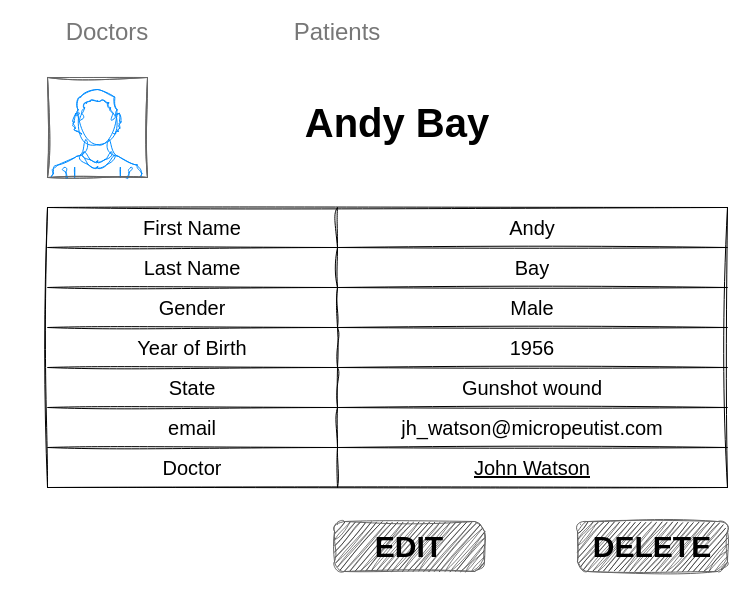
Earlier version of the draw.io diagram page "Patient" (5 of 6) of documentation/micropeutist drawio.drawio (DmytroY/EPAM_Flask). Source tidied: cells renumbered, new cells numbered last; positions are measured from the earlier drawing's top-left corner, leaving out a move shared by most shapes. Both pictures are drawn from the tidied source at 100%, with x=0, y=0 at pixel (17, 17).
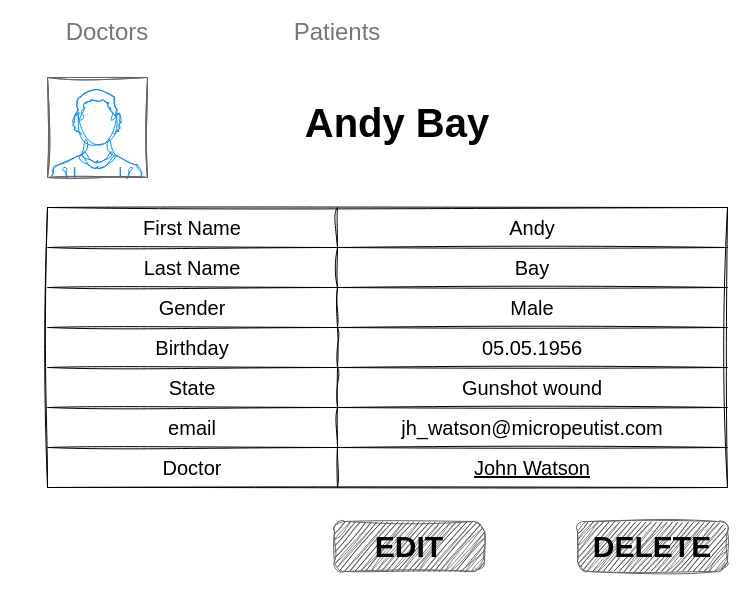
The same page after the edit.

Unchanged cells that the change refers to:
```xml
<mxCell id="15" style="shape=tableRow;horizontal=0;startSize=0;swimlaneHead=0;swimlaneBody=0;strokeColor=inherit;top=0;left=0;bottom=0;right=0;fillColor=none;rounded=0;shadow=0;labelBorderColor=none;sketch=1;hachureGap=4;jiggle=2;curveFitting=1;fontFamily=Helvetica;fontSize=20;fontColor=#000000;html=0;" parent="5" vertex="1">
  <mxGeometry y="120" width="680" height="40" as="geometry" />
</mxCell>
```

What changed in the source:
```diff
@@
-    <mxCell id="16" value="Year of Birth" style="shape=partialRectangle;html=1;whiteSpace=wrap;strokeColor=inherit;overflow=hidden;fillColor=none;top=0;left=0;bottom=0;right=0;rounded=0;shadow=0;labelBorderColor=none;sketch=1;hachureGap=4;jiggle=2;curveFitting=1;fontFamily=Helvetica;fontSize=20;fontColor=#000000;" parent="15" vertex="1">
+    <mxCell id="16" value="Birthday" style="shape=partialRectangle;html=1;whiteSpace=wrap;strokeColor=inherit;overflow=hidden;fillColor=none;top=0;left=0;bottom=0;right=0;rounded=0;shadow=0;labelBorderColor=none;sketch=1;hachureGap=4;jiggle=2;curveFitting=1;fontFamily=Helvetica;fontSize=20;fontColor=#000000;" parent="15" vertex="1">
       <mxGeometry width="290" height="40" as="geometry" />
     </mxCell>
-    <mxCell id="17" value="1956" style="shape=partialRectangle;html=1;whiteSpace=wrap;strokeColor=inherit;overflow=hidden;fillColor=none;top=0;left=0;bottom=0;right=0;rounded=0;shadow=0;labelBorderColor=none;sketch=1;hachureGap=4;jiggle=2;curveFitting=1;fontFamily=Helvetica;fontSize=20;fontColor=#000000;" parent="15" vertex="1">
+    <mxCell id="17" value="05.05.1956" style="shape=partialRectangle;html=1;whiteSpace=wrap;strokeColor=inherit;overflow=hidden;fillColor=none;top=0;left=0;bottom=0;right=0;rounded=0;shadow=0;labelBorderColor=none;sketch=1;hachureGap=4;jiggle=2;curveFitting=1;fontFamily=Helvetica;fontSize=20;fontColor=#000000;" parent="15" vertex="1">
       <mxGeometry x="290" width="390" height="40" as="geometry" />
     </mxCell>
```
